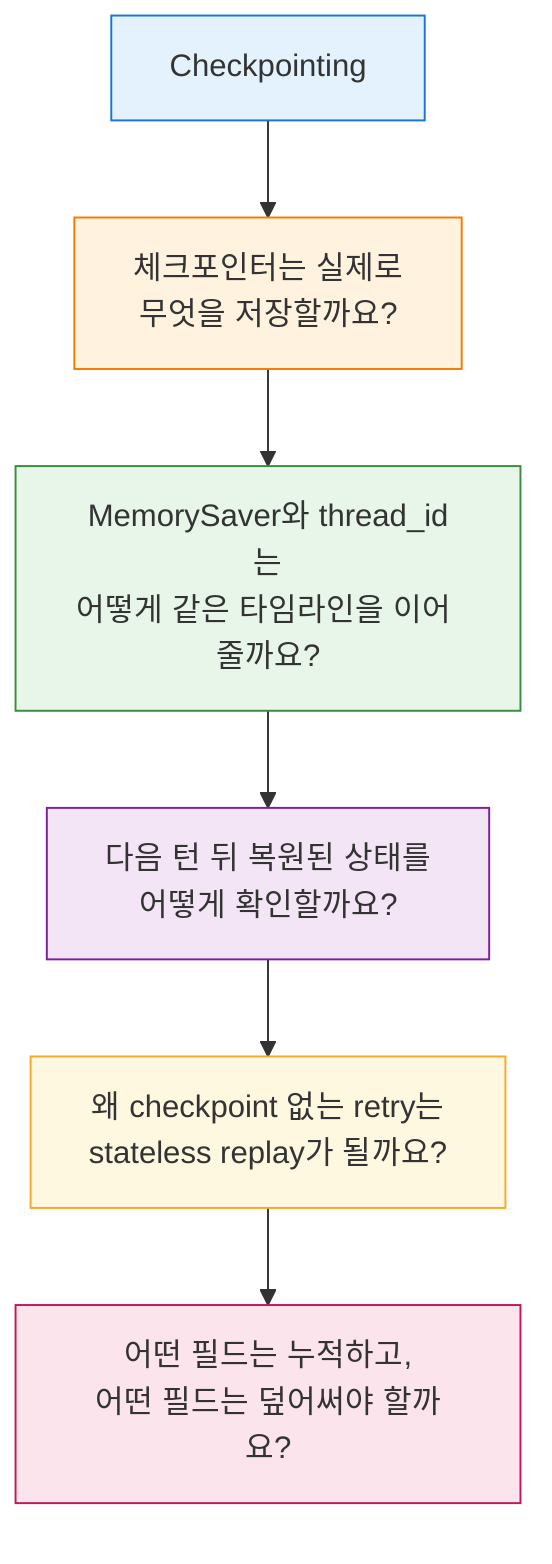
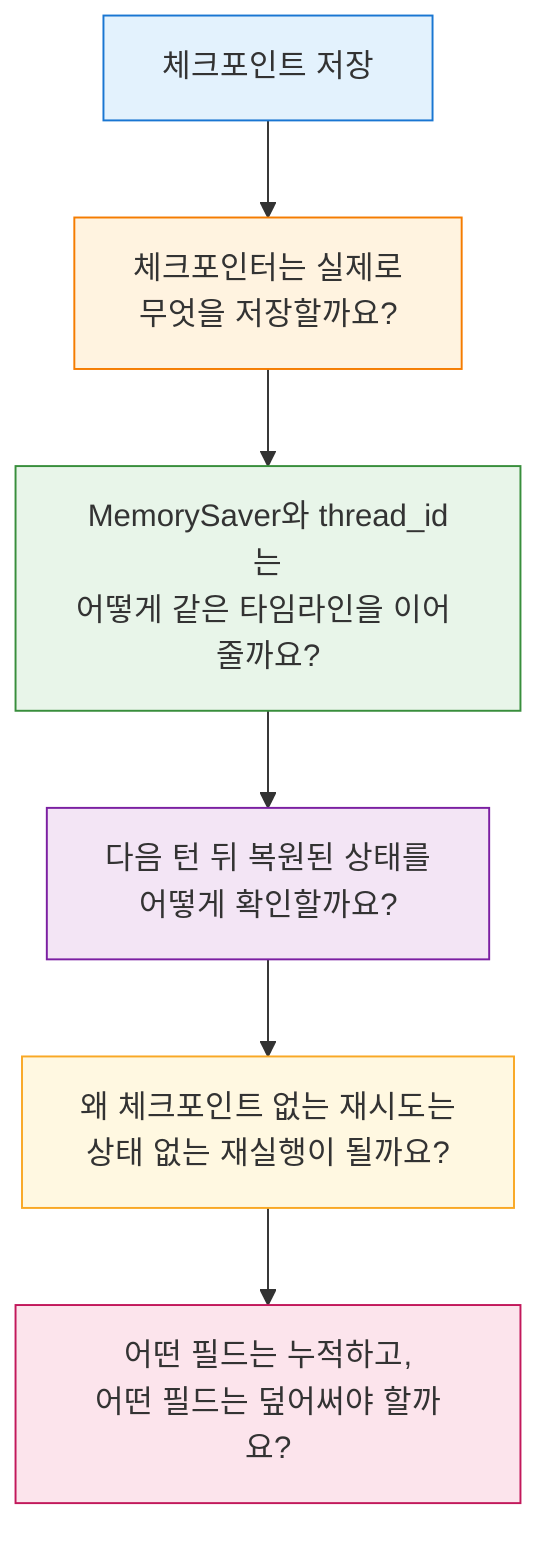
flowchart TD
-   Q1["Checkpointing"] --> Q2["체크포인터는 실제로<br/>무엇을 저장할까요?"]
+   Q1["체크포인트 저장"] --> Q2["체크포인터는 실제로<br/>무엇을 저장할까요?"]
  Q2 --> Q3["MemorySaver와 thread_id는<br/>어떻게 같은 타임라인을 이어 줄까요?"]
  Q3 --> Q4["다음 턴 뒤 복원된 상태를<br/>어떻게 확인할까요?"]
-   Q4 --> Q5["왜 checkpoint 없는 retry는<br/>stateless replay가 될까요?"]
+   Q4 --> Q5["왜 체크포인트 없는 재시도는<br/>상태 없는 재실행이 될까요?"]
  Q5 --> Q6["어떤 필드는 누적하고,<br/>어떤 필드는 덮어써야 할까요?"]

  style Q1 fill:#e3f2fd,stroke:#1976d2
  style Q2 fill:#fff3e0,stroke:#f57c00
  style Q3 fill:#e8f5e9,stroke:#388e3c
  style Q4 fill:#f3e5f5,stroke:#7b1fa2
  style Q5 fill:#fff8e1,stroke:#f9a825
  style Q6 fill:#fce4ec,stroke:#c2185b
